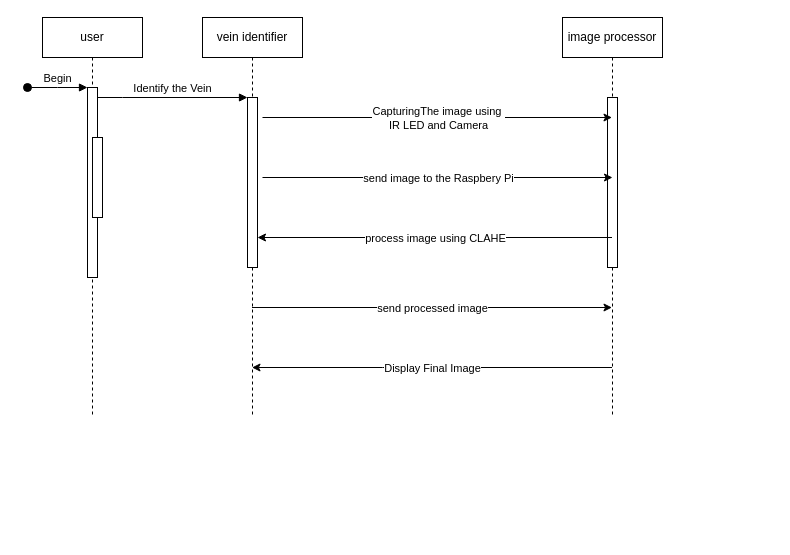
Before: diagrams/Sequence Diagram.drawio in PramodhLahiru/final-year, a draw.io diagram. Source tidied: cells renumbered, new cells numbered last; positions are measured from the earlier drawing's top-left corner, leaving out a move shared by most shapes. Both pictures are drawn from the tidied source at 100%, with x=0, y=0 at pixel (27, 17).
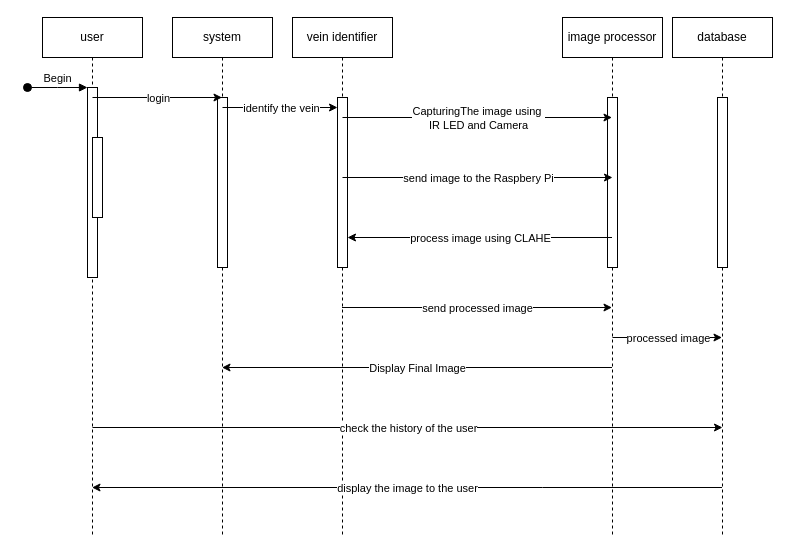
The same diagram, later.

The change refers to these unchanged cells:
```xml
<mxCell id="3" style="html=1;points=[];perimeter=orthogonalPerimeter;outlineConnect=0;targetShapes=umlLifeline;portConstraint=eastwest;newEdgeStyle={&quot;edgeStyle&quot;:&quot;elbowEdgeStyle&quot;,&quot;elbow&quot;:&quot;vertical&quot;,&quot;curved&quot;:0,&quot;rounded&quot;:0};" parent="2" vertex="1">
  <mxGeometry x="45" y="70" width="10" height="190" as="geometry" />
</mxCell>
<mxCell id="7" style="html=1;points=[];perimeter=orthogonalPerimeter;outlineConnect=0;targetShapes=umlLifeline;portConstraint=eastwest;newEdgeStyle={&quot;edgeStyle&quot;:&quot;elbowEdgeStyle&quot;,&quot;elbow&quot;:&quot;vertical&quot;,&quot;curved&quot;:0,&quot;rounded&quot;:0};" parent="6" vertex="1">
  <mxGeometry x="45" y="80" width="10" height="170" as="geometry" />
</mxCell>
```

What changed in the source:
```diff
@@
     <mxCell id="2" value="user" style="shape=umlLifeline;perimeter=lifelinePerimeter;whiteSpace=wrap;html=1;outlineConnect=0;portConstraint=eastwest;newEdgeStyle={&quot;edgeStyle&quot;:&quot;elbowEdgeStyle&quot;,&quot;elbow&quot;:&quot;vertical&quot;,&quot;curved&quot;:0,&quot;rounded&quot;:0};" parent="1" vertex="1">
-      <mxGeometry x="15" width="100" height="400" as="geometry" />
+      <mxGeometry x="15" width="100" height="520" as="geometry" />
     </mxCell>
@@
     <mxCell id="6" value="vein identifier" style="shape=umlLifeline;perimeter=lifelinePerimeter;whiteSpace=wrap;html=1;outlineConnect=0;portConstraint=eastwest;newEdgeStyle={&quot;edgeStyle&quot;:&quot;elbowEdgeStyle&quot;,&quot;elbow&quot;:&quot;vertical&quot;,&quot;curved&quot;:0,&quot;rounded&quot;:0};" parent="1" vertex="1">
-      <mxGeometry x="175" width="100" height="400" as="geometry" />
+      <mxGeometry x="265" width="100" height="520" as="geometry" />
     </mxCell>
@@
-    <mxCell id="8" value="Identify the Vein" style="html=1;verticalAlign=bottom;endArrow=block;edgeStyle=elbowEdgeStyle;elbow=vertical;curved=0;rounded=0;" parent="1" edge="1" source="3" target="7">
-      <mxGeometry relative="1" as="geometry">
-        <Array as="points">
-          <mxPoint x="95" y="80" />
-        </Array>
-      </mxGeometry>
-    </mxCell>
     <mxCell id="9" value="image processor" style="shape=umlLifeline;perimeter=lifelinePerimeter;whiteSpace=wrap;html=1;outlineConnect=0;portConstraint=eastwest;newEdgeStyle={&quot;edgeStyle&quot;:&quot;elbowEdgeStyle&quot;,&quot;elbow&quot;:&quot;vertical&quot;,&quot;curved&quot;:0,&quot;rounded&quot;:0};" parent="1" vertex="1">
-      <mxGeometry x="535" width="100" height="400" as="geometry" />
+      <mxGeometry x="535" width="100" height="520" as="geometry" />
     </mxCell>
@@
     <mxCell id="11" style="endArrow=classic;html=1;rounded=0;" parent="1" edge="1" target="9">
       <mxGeometry relative="1" as="geometry">
-        <mxPoint x="235" y="100" as="sourcePoint" />
+        <mxPoint x="315" y="100" as="sourcePoint" />
       </mxGeometry>
     </mxCell>
@@
     <mxCell id="13" style="endArrow=classic;html=1;rounded=0;" parent="1" edge="1">
       <mxGeometry relative="1" as="geometry">
-        <mxPoint x="235" y="160" as="sourcePoint" />
+        <mxPoint x="315" y="160" as="sourcePoint" />
         <mxPoint x="585" y="160" as="targetPoint" />
       </mxGeometry>
     </mxCell>
@@
-    <mxCell id="19" style="endArrow=classic;html=1;rounded=0;" parent="1" edge="1" source="9" target="6">
+    <mxCell id="19" style="endArrow=classic;html=1;rounded=0;" parent="1" edge="1" source="9" target="21">
       <mxGeometry relative="1" as="geometry">
         <Array as="points">
           <mxPoint x="355" y="350" />
         </Array>
       </mxGeometry>
     </mxCell>
@@
+    <mxCell id="21" value="system" style="shape=umlLifeline;perimeter=lifelinePerimeter;whiteSpace=wrap;html=1;outlineConnect=0;portConstraint=eastwest;newEdgeStyle={&quot;edgeStyle&quot;:&quot;elbowEdgeStyle&quot;,&quot;elbow&quot;:&quot;vertical&quot;,&quot;curved&quot;:0,&quot;rounded&quot;:0};" parent="1" vertex="1">
+      <mxGeometry x="145" width="100" height="520" as="geometry" />
+    </mxCell>
+    <mxCell id="22" style="html=1;perimeter=orthogonalPerimeter;targetShapes=umlLifeline;newEdgeStyle={&quot;edgeStyle&quot;:&quot;elbowEdgeStyle&quot;,&quot;elbow&quot;:&quot;vertical&quot;,&quot;curved&quot;:0,&quot;rounded&quot;:0};" parent="21" vertex="1">
+      <mxGeometry x="45" y="80" width="10" height="170" as="geometry" />
+    </mxCell>
+    <mxCell id="23" style="endArrow=classic;html=1;rounded=0;" parent="1" edge="1" target="21">
+      <mxGeometry relative="1" as="geometry">
+        <mxPoint x="65" y="80" as="sourcePoint" />
+      </mxGeometry>
+    </mxCell>
+    <mxCell id="24" value="login" style="edgeLabel;html=1;align=center;verticalAlign=middle;" parent="23" vertex="1">
+      <mxGeometry relative="1" as="geometry" />
+    </mxCell>
+    <mxCell id="25" style="endArrow=classic;html=1;rounded=0;" parent="1" edge="1" target="7">
+      <mxGeometry relative="1" as="geometry">
+        <mxPoint x="195" y="90" as="sourcePoint" />
+      </mxGeometry>
+    </mxCell>
+    <mxCell id="26" value="identify the vein" style="edgeLabel;html=1;align=center;verticalAlign=middle;" parent="25" vertex="1">
+      <mxGeometry relative="1" as="geometry" />
+    </mxCell>
+    <mxCell id="27" value="database" style="shape=umlLifeline;perimeter=lifelinePerimeter;whiteSpace=wrap;html=1;outlineConnect=0;portConstraint=eastwest;newEdgeStyle={&quot;edgeStyle&quot;:&quot;elbowEdgeStyle&quot;,&quot;elbow&quot;:&quot;vertical&quot;,&quot;curved&quot;:0,&quot;rounded&quot;:0};" parent="1" vertex="1">
+      <mxGeometry x="645" width="100" height="520" as="geometry" />
+    </mxCell>
+    <mxCell id="28" style="html=1;perimeter=orthogonalPerimeter;targetShapes=umlLifeline;newEdgeStyle={&quot;edgeStyle&quot;:&quot;elbowEdgeStyle&quot;,&quot;elbow&quot;:&quot;vertical&quot;,&quot;curved&quot;:0,&quot;rounded&quot;:0};" parent="27" vertex="1">
+      <mxGeometry x="45" y="80" width="10" height="170" as="geometry" />
+    </mxCell>
+    <mxCell id="29" style="endArrow=classic;html=1;rounded=0;" parent="1" edge="1" target="27">
+      <mxGeometry relative="1" as="geometry">
+        <mxPoint x="585" y="320" as="sourcePoint" />
+      </mxGeometry>
+    </mxCell>
+    <mxCell id="30" value="processed image" style="edgeLabel;html=1;align=center;verticalAlign=middle;" parent="29" vertex="1">
+      <mxGeometry relative="1" as="geometry" />
+    </mxCell>
+    <mxCell id="31" style="endArrow=classic;html=1;rounded=0;" parent="1" edge="1" source="27" target="2">
+      <mxGeometry relative="1" as="geometry">
+        <Array as="points">
+          <mxPoint x="515" y="470" />
+        </Array>
+      </mxGeometry>
+    </mxCell>
+    <mxCell id="32" value="display the image to the user" style="edgeLabel;html=1;align=center;verticalAlign=middle;" parent="31" vertex="1">
+      <mxGeometry relative="1" as="geometry" />
+    </mxCell>
+    <mxCell id="33" style="endArrow=classic;html=1;rounded=0;" parent="1" edge="1">
+      <mxGeometry relative="1" as="geometry">
+        <mxPoint x="65" y="410" as="sourcePoint" />
+        <mxPoint x="695" y="410" as="targetPoint" />
+      </mxGeometry>
+    </mxCell>
+    <mxCell id="34" value="check the history of the user" style="edgeLabel;html=1;align=center;verticalAlign=middle;" parent="33" vertex="1">
+      <mxGeometry relative="1" as="geometry" />
+    </mxCell>
```
